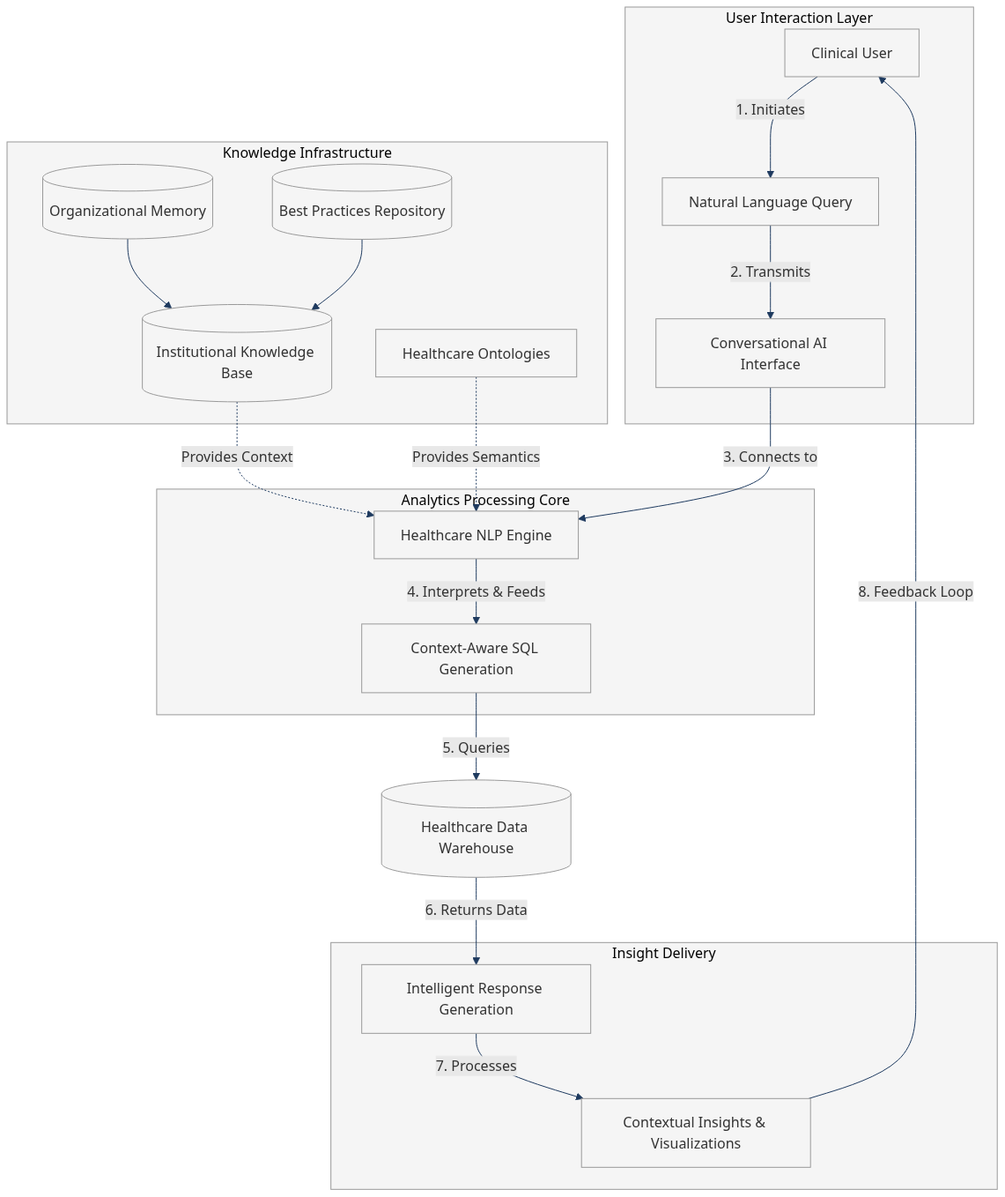
Before: figures/architecture.mmd.png, a diagram exported from Mermaid (stharrold/yuimedi-paper-20250901). Its source is kept beside it as figures/architecture.mmd.
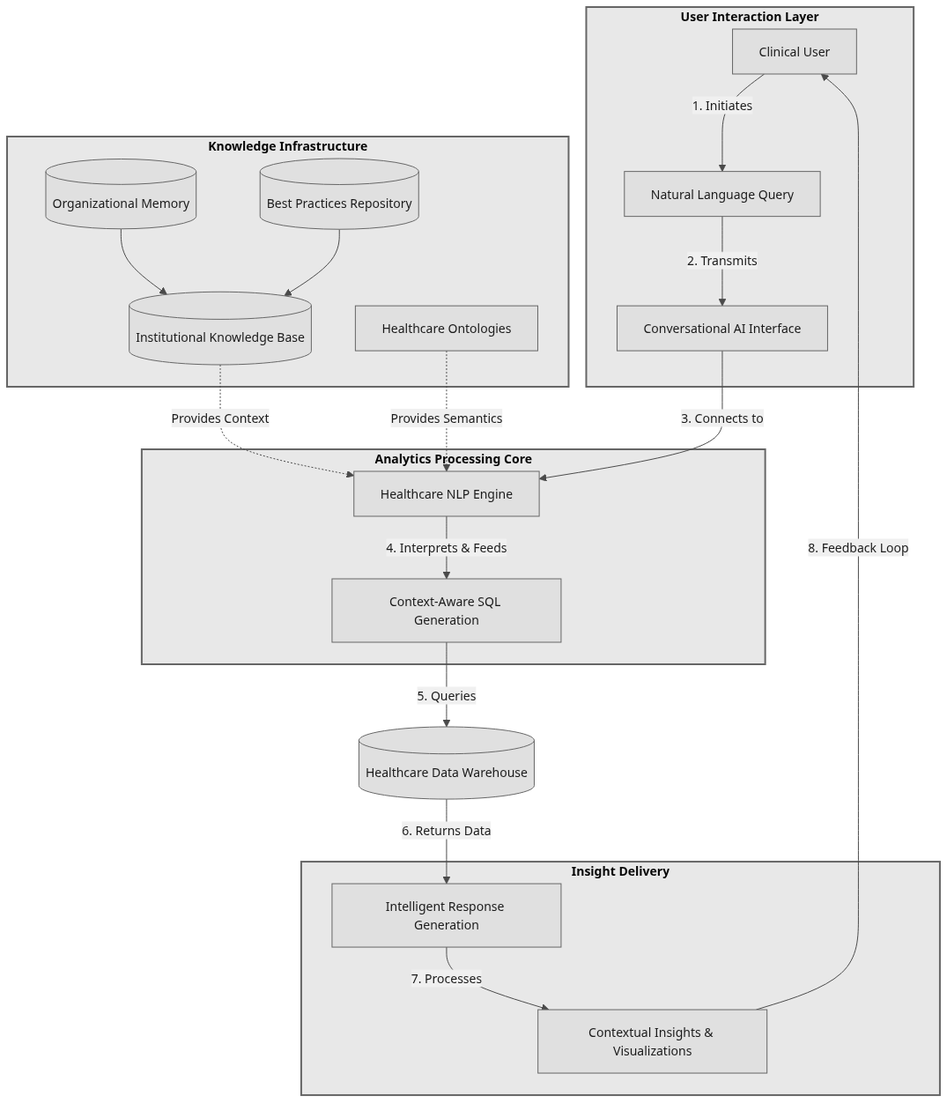
Above is the later version.

Diff of the diagram source:
```diff
@@ -1,24 +1,24 @@
-%%{init: {'theme': 'base', 'flowchart': {'useMaxWidth': false, 'markdownAutoWrap': false}, 'themeVariables': { 'primaryColor': '#f5f5f5', 'primaryTextColor': '#333', 'primaryBorderColor': '#999', 'lineColor': '#1E3A5F', 'secondaryColor': '#e8e8e8', 'tertiaryColor': '#fff'}}}%%
+%%{init: {'theme': 'base', 'flowchart': {'useMaxWidth': false, 'markdownAutoWrap': false}, 'themeVariables': { 'primaryColor': '#e0e0e0', 'primaryTextColor': '#1a1a1a', 'primaryBorderColor': '#666', 'lineColor': '#4a4a4a', 'secondaryColor': '#f0f0f0', 'tertiaryColor': '#fafafa', 'fontFamily': 'Arial, sans-serif', 'fontSize': '14px'}}}%%
 flowchart TD
 
-    subgraph UI["User Interaction Layer"]
+    subgraph UI["<b>User Interaction Layer</b>"]
         A["Clinical User"] -->|"1. Initiates"| B["Natural Language Query"]
         B -->|"2. Transmits"| C["Conversational AI Interface"]
     end
 
-    subgraph Knowledge["Knowledge Infrastructure"]
+    subgraph Knowledge["<b>Knowledge Infrastructure</b>"]
         D[("Organizational Memory")] --> G[("Institutional Knowledge Base")]
         E[("Best Practices Repository")] --> G
         F["Healthcare Ontologies"]
     end
 
-    subgraph Engine["Analytics Processing Core"]
+    subgraph Engine["<b>Analytics Processing Core</b>"]
         H["Healthcare NLP Engine"] -->|"4. Interprets & Feeds"| I["Context-Aware SQL Generation"]
     end
 
     J[("Healthcare Data Warehouse")]
 
-    subgraph Output["Insight Delivery"]
+    subgraph Output["<b>Insight Delivery</b>"]
         K["Intelligent Response Generation"] -->|"7. Processes"| L["Contextual Insights & Visualizations"]
     end
 
@@ -30,7 +30,7 @@
     G -.->|"Provides Context"| H
     F -.->|"Provides Semantics"| H
 
-    style UI fill:#f5f5f5,stroke:#999
-    style Knowledge fill:#f5f5f5,stroke:#999
-    style Engine fill:#f5f5f5,stroke:#999
-    style Output fill:#f5f5f5,stroke:#999
+    style UI fill:#e8e8e8,stroke:#666,stroke-width:2px
+    style Knowledge fill:#e8e8e8,stroke:#666,stroke-width:2px
+    style Engine fill:#e8e8e8,stroke:#666,stroke-width:2px
+    style Output fill:#e8e8e8,stroke:#666,stroke-width:2px
```
